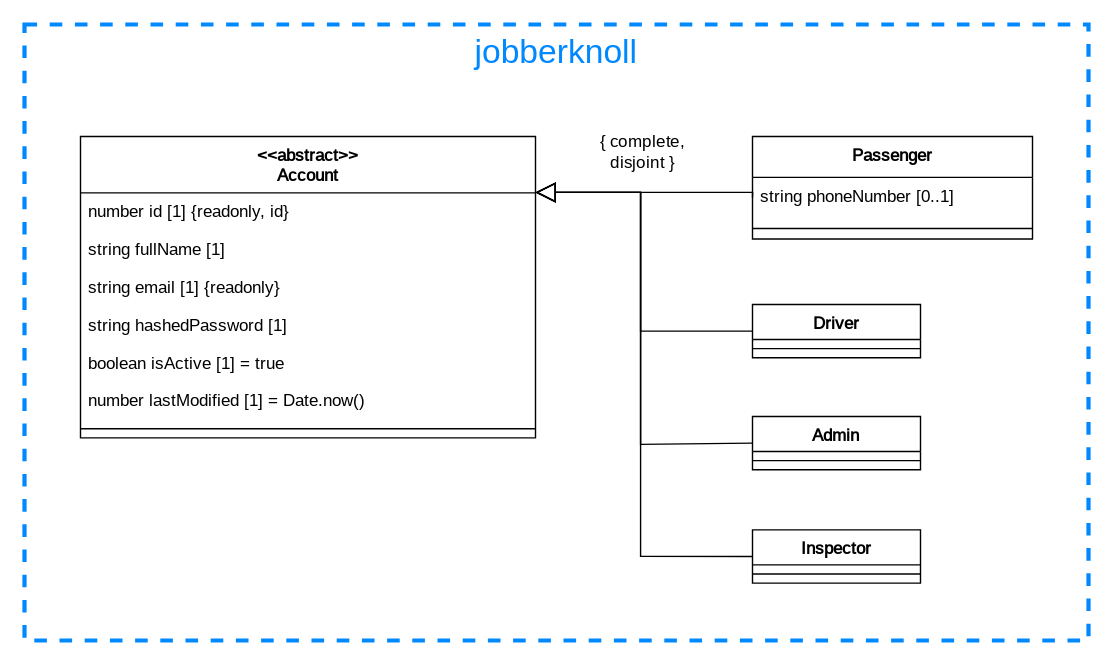
The draw.io diagram documentation/course/e2/images/class-diagram-jobberknoll.drawio.svg in PWR-ACS-SE-24/SoftwareSystemDesign, before a commit. Source tidied: cells renumbered, new cells last; positions are measured from the earlier drawing's top-left corner, leaving out a move shared by most shapes.
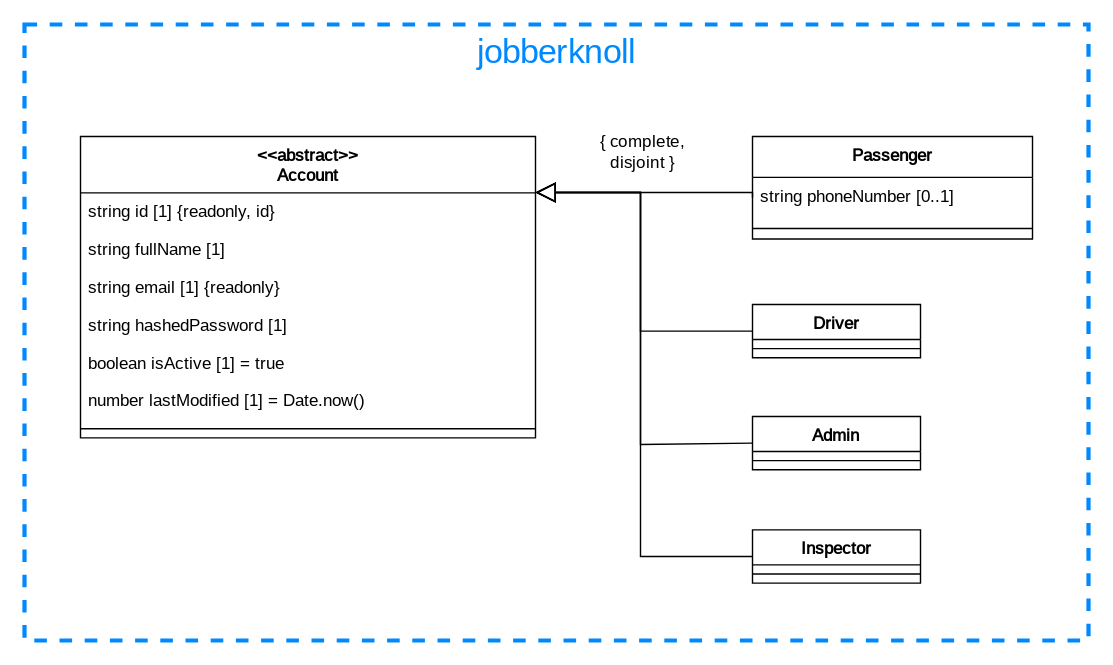
The same file after the commit.

Change to the diagram source:
```diff
@@ -2,16 +2,16 @@
   <root>
     <mxCell id="0" />
     <mxCell id="1" parent="0" />
-    <mxCell id="2" style="rounded=0;whiteSpace=wrap;html=1;dashed=1;strokeWidth=3;fillColor=none;strokeColor=#0088ff;" parent="1" vertex="1">
+    <mxCell id="2" style="rounded=0;whiteSpace=wrap;html=1;dashed=1;strokeWidth=3;fillColor=none;strokeColor=#0088ff;fontFamily=JetBrains Mono;fontSource=https%3A%2F%2Ffonts.googleapis.com%2Fcss%3Ffamily%3DJetBrains%2BMono;" parent="1" vertex="1">
       <mxGeometry width="760" height="440" as="geometry" />
     </mxCell>
-    <mxCell id="3" value="&lt;font&gt;jobberknoll&lt;/font&gt;" style="text;html=1;align=center;verticalAlign=middle;whiteSpace=wrap;rounded=0;fillColor=none;strokeColor=none;fontColor=#0088ff;fontSize=24;" parent="1" vertex="1">
+    <mxCell id="3" value="&lt;font&gt;jobberknoll&lt;/font&gt;" style="text;html=1;align=center;verticalAlign=middle;whiteSpace=wrap;rounded=0;fillColor=none;strokeColor=none;fontColor=#0088ff;fontSize=24;fontFamily=JetBrains Mono;fontSource=https%3A%2F%2Ffonts.googleapis.com%2Fcss%3Ffamily%3DJetBrains%2BMono;" parent="1" vertex="1">
       <mxGeometry width="760" height="40" as="geometry" />
     </mxCell>
     <mxCell id="4" value="&lt;&lt;abstract&gt;&gt;&#10;Account" style="swimlane;fontStyle=1;align=center;verticalAlign=top;horizontal=1;startSize=40.285714285714285;fontFamily=JetBrains Mono;fontSource=https%3A%2F%2Ffonts.googleapis.com%2Fcss%3Ffamily%3DJetBrains%2BMono;" parent="1" vertex="1">
       <mxGeometry x="40" y="80" width="325" height="215.3" as="geometry" />
     </mxCell>
-    <mxCell id="5" value="number id [1] {readonly, id}" style="text;strokeColor=none;fillColor=none;align=left;verticalAlign=top;spacingLeft=4;spacingRight=4;overflow=hidden;fontFamily=JetBrains Mono;fontStyle=0;fontSource=https%3A%2F%2Ffonts.googleapis.com%2Fcss%3Ffamily%3DJetBrains%2BMono;" parent="4" vertex="1">
+    <mxCell id="5" value="string id [1] {readonly, id}" style="text;strokeColor=none;fillColor=none;align=left;verticalAlign=top;spacingLeft=4;spacingRight=4;overflow=hidden;fontFamily=JetBrains Mono;fontStyle=0;fontSource=https%3A%2F%2Ffonts.googleapis.com%2Fcss%3Ffamily%3DJetBrains%2BMono;" parent="4" vertex="1">
       <mxGeometry y="40.3" width="325" height="27" as="geometry" />
     </mxCell>
     <mxCell id="6" value="string fullName [1]" style="text;strokeColor=none;fillColor=none;align=left;verticalAlign=top;spacingLeft=4;spacingRight=4;overflow=hidden;fontFamily=JetBrains Mono;fontStyle=0;fontSource=https%3A%2F%2Ffonts.googleapis.com%2Fcss%3Ffamily%3DJetBrains%2BMono;" parent="4" vertex="1">
@@ -32,7 +32,7 @@
     <mxCell id="11" style="line;strokeWidth=1;fillColor=none;align=left;verticalAlign=middle;spacingTop=-1;spacingLeft=3;spacingRight=3;labelPosition=right;strokeColor=inherit;fontFamily=JetBrains Mono;fontStyle=0;fontSource=https%3A%2F%2Ffonts.googleapis.com%2Fcss%3Ffamily%3DJetBrains%2BMono;" parent="4" vertex="1">
       <mxGeometry y="202.3" width="325" height="13" as="geometry" />
     </mxCell>
-    <mxCell id="12" style="edgeStyle=orthogonalEdgeStyle;rounded=0;jettySize=auto;html=1;exitX=0;exitY=0.5;exitDx=0;exitDy=0;endArrow=block;endFill=0;endSize=12;" parent="1" edge="1" source="13" target="4">
+    <mxCell id="12" style="edgeStyle=orthogonalEdgeStyle;rounded=0;jettySize=auto;html=1;exitX=0;exitY=0.5;exitDx=0;exitDy=0;endArrow=block;endFill=0;endSize=12;fontFamily=JetBrains Mono;fontSource=https%3A%2F%2Ffonts.googleapis.com%2Fcss%3Ffamily%3DJetBrains%2BMono;" parent="1" edge="1" source="13" target="4">
       <mxGeometry relative="1" as="geometry">
         <Array as="points">
           <mxPoint x="520" y="300" />
@@ -47,7 +47,7 @@
     <mxCell id="14" style="line;strokeWidth=1;fillColor=none;align=left;verticalAlign=middle;spacingTop=-1;spacingLeft=3;spacingRight=3;labelPosition=right;strokeColor=inherit;fontFamily=JetBrains Mono;fontStyle=0;fontSource=https%3A%2F%2Ffonts.googleapis.com%2Fcss%3Ffamily%3DJetBrains%2BMono;" parent="13" vertex="1">
       <mxGeometry y="25" width="120" height="13" as="geometry" />
     </mxCell>
-    <mxCell id="15" style="edgeStyle=orthogonalEdgeStyle;rounded=0;jettySize=auto;html=1;exitX=0;exitY=0.5;exitDx=0;exitDy=0;endArrow=block;endFill=0;endSize=12;" parent="1" edge="1" source="16" target="4">
+    <mxCell id="15" style="edgeStyle=orthogonalEdgeStyle;rounded=0;jettySize=auto;html=1;exitX=0;exitY=0.5;exitDx=0;exitDy=0;endArrow=block;endFill=0;endSize=12;fontFamily=JetBrains Mono;fontSource=https%3A%2F%2Ffonts.googleapis.com%2Fcss%3Ffamily%3DJetBrains%2BMono;" parent="1" edge="1" source="16" target="4">
       <mxGeometry relative="1" as="geometry">
         <Array as="points">
           <mxPoint x="440" y="380" />
@@ -61,7 +61,7 @@
     <mxCell id="17" style="line;strokeWidth=1;fillColor=none;align=left;verticalAlign=middle;spacingTop=-1;spacingLeft=3;spacingRight=3;labelPosition=right;strokeColor=inherit;fontFamily=JetBrains Mono;fontStyle=0;fontSource=https%3A%2F%2Ffonts.googleapis.com%2Fcss%3Ffamily%3DJetBrains%2BMono;" parent="16" vertex="1">
       <mxGeometry y="25" width="120" height="13" as="geometry" />
     </mxCell>
-    <mxCell id="18" style="edgeStyle=orthogonalEdgeStyle;rounded=0;jettySize=auto;html=1;exitX=0;exitY=0.5;exitDx=0;exitDy=0;endArrow=block;endFill=0;endSize=12;" parent="1" edge="1" source="21" target="4">
+    <mxCell id="18" style="edgeStyle=orthogonalEdgeStyle;rounded=0;jettySize=auto;html=1;exitX=0;exitY=0.5;exitDx=0;exitDy=0;endArrow=block;endFill=0;endSize=12;fontFamily=JetBrains Mono;fontSource=https%3A%2F%2Ffonts.googleapis.com%2Fcss%3Ffamily%3DJetBrains%2BMono;" parent="1" edge="1" source="21" target="4">
       <mxGeometry relative="1" as="geometry">
         <Array as="points">
           <mxPoint x="440" y="219" />
@@ -69,7 +69,7 @@
         </Array>
       </mxGeometry>
     </mxCell>
-    <mxCell id="19" style="edgeStyle=orthogonalEdgeStyle;rounded=0;jettySize=auto;html=1;exitX=0;exitY=0.5;exitDx=0;exitDy=0;endArrow=block;endFill=0;endSize=12;" parent="1" edge="1" source="24" target="4">
+    <mxCell id="19" style="edgeStyle=orthogonalEdgeStyle;rounded=0;jettySize=auto;html=1;exitX=0;exitY=0.5;exitDx=0;exitDy=0;endArrow=block;endFill=0;endSize=12;fontFamily=JetBrains Mono;fontSource=https%3A%2F%2Ffonts.googleapis.com%2Fcss%3Ffamily%3DJetBrains%2BMono;" parent="1" edge="1" source="24" target="4">
       <mxGeometry relative="1" as="geometry">
         <Array as="points">
           <mxPoint x="520" y="120" />
```
